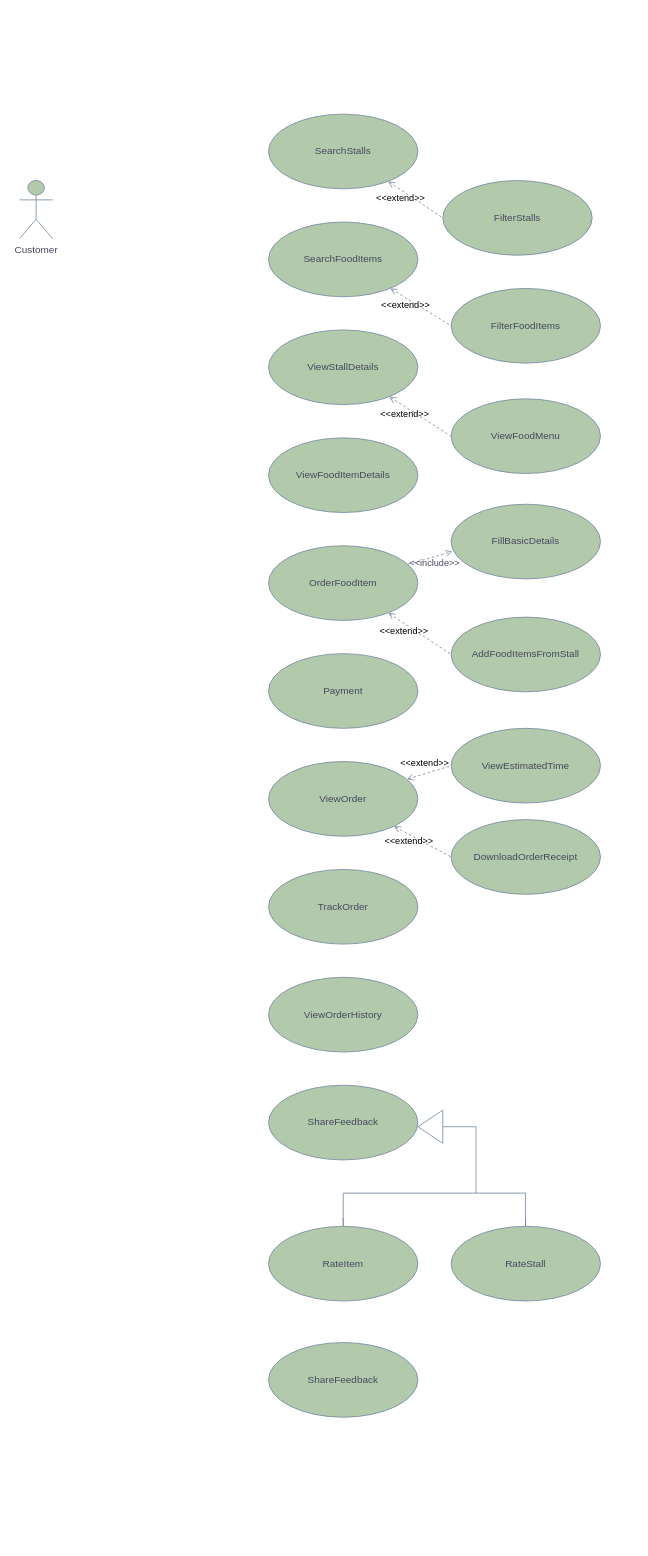
arafatmansuri/SmartFoodCourt-System-Design keeps this draw.io diagram as usecase/customer-usecase.drawio. Above is the earlier version. Source tidied: cells renumbered, new cells numbered last; positions are measured from the earlier drawing's top-left corner, leaving out a move shared by most shapes. Both pictures are drawn from the tidied source at 83%, with x=0, y=0 at pixel (19, 114).
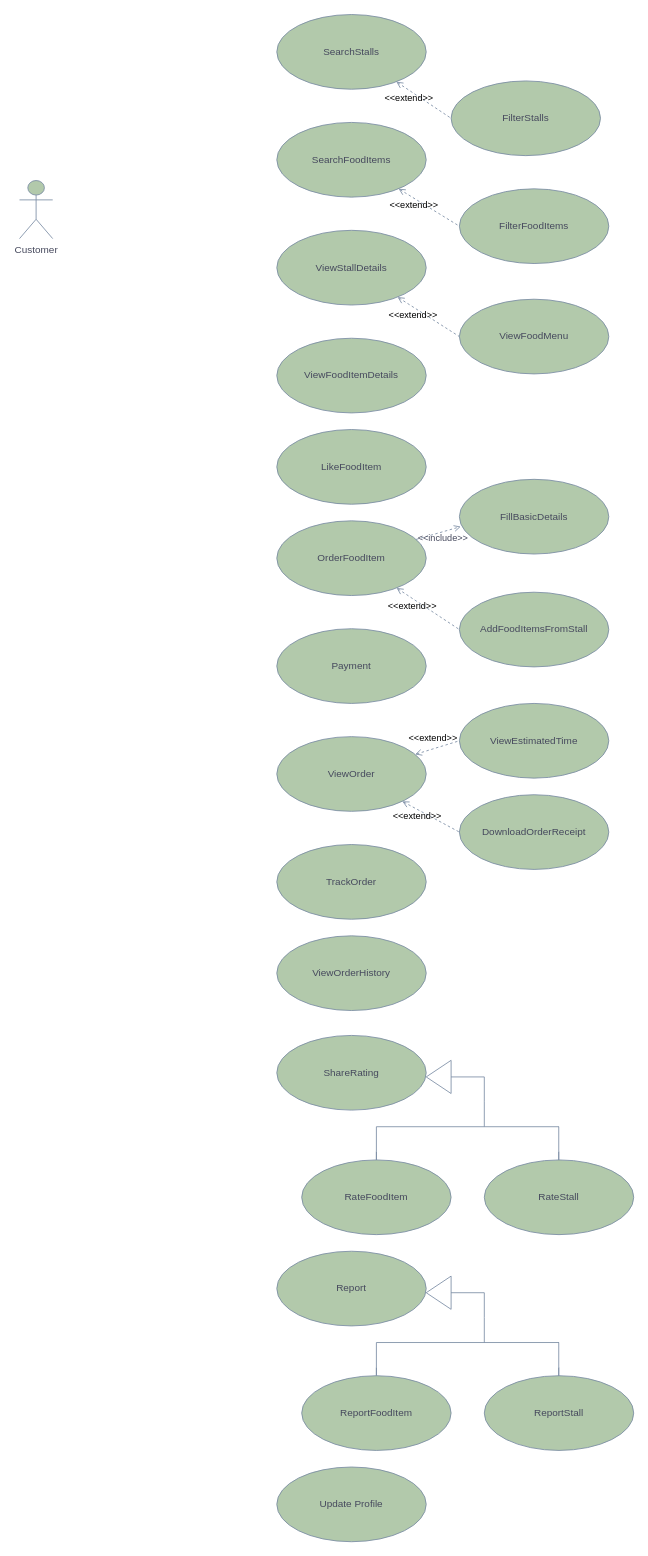
After the change.

Commit message:
Add Like and Report in customer-usecase.drawio

Change to the diagram source:
```diff
@@
     <mxCell id="3" value="SearchStalls" style="ellipse;whiteSpace=wrap;html=1;labelBackgroundColor=none;fillColor=#B2C9AB;strokeColor=#788AA3;fontColor=#46495D;" parent="1" vertex="1">
-      <mxGeometry x="300" width="180" height="90" as="geometry" />
+      <mxGeometry x="310" y="-120" width="180" height="90" as="geometry" />
     </mxCell>
     <mxCell id="4" value="SearchFoodItems" style="ellipse;whiteSpace=wrap;html=1;labelBackgroundColor=none;fillColor=#B2C9AB;strokeColor=#788AA3;fontColor=#46495D;" parent="1" vertex="1">
-      <mxGeometry x="300" y="130" width="180" height="90" as="geometry" />
+      <mxGeometry x="310" y="10" width="180" height="90" as="geometry" />
     </mxCell>
     <mxCell id="5" value="ViewStallDetails" style="ellipse;whiteSpace=wrap;html=1;labelBackgroundColor=none;fillColor=#B2C9AB;strokeColor=#788AA3;fontColor=#46495D;" parent="1" vertex="1">
-      <mxGeometry x="300" y="260" width="180" height="90" as="geometry" />
+      <mxGeometry x="310" y="140" width="180" height="90" as="geometry" />
     </mxCell>
     <mxCell id="6" value="FilterStalls" style="ellipse;whiteSpace=wrap;html=1;labelBackgroundColor=none;fillColor=#B2C9AB;strokeColor=#788AA3;fontColor=#46495D;" parent="1" vertex="1">
-      <mxGeometry x="510" y="80" width="180" height="90" as="geometry" />
+      <mxGeometry x="520" y="-40" width="180" height="90" as="geometry" />
     </mxCell>
@@
     <mxCell id="9" value="FilterFoodItems" style="ellipse;whiteSpace=wrap;html=1;labelBackgroundColor=none;fillColor=#B2C9AB;strokeColor=#788AA3;fontColor=#46495D;" parent="1" vertex="1">
-      <mxGeometry x="520" y="210" width="180" height="90" as="geometry" />
+      <mxGeometry x="530" y="90" width="180" height="90" as="geometry" />
     </mxCell>
     <mxCell id="10" value="ViewFoodItemDetails" style="ellipse;whiteSpace=wrap;html=1;labelBackgroundColor=none;fillColor=#B2C9AB;strokeColor=#788AA3;fontColor=#46495D;" parent="1" vertex="1">
-      <mxGeometry x="300" y="390" width="180" height="90" as="geometry" />
+      <mxGeometry x="310" y="270" width="180" height="90" as="geometry" />
     </mxCell>
     <mxCell id="11" value="ViewFoodMenu" style="ellipse;whiteSpace=wrap;html=1;labelBackgroundColor=none;fillColor=#B2C9AB;strokeColor=#788AA3;fontColor=#46495D;" parent="1" vertex="1">
-      <mxGeometry x="520" y="343" width="180" height="90" as="geometry" />
+      <mxGeometry x="530" y="223" width="180" height="90" as="geometry" />
     </mxCell>
@@
     <mxCell id="13" value="OrderFoodItem" style="ellipse;whiteSpace=wrap;html=1;labelBackgroundColor=none;fillColor=#B2C9AB;strokeColor=#788AA3;fontColor=#46495D;" parent="1" vertex="1">
-      <mxGeometry x="300" y="520" width="180" height="90" as="geometry" />
+      <mxGeometry x="310" y="490" width="180" height="90" as="geometry" />
     </mxCell>
@@
     <mxCell id="15" value="AddFoodItemsFromStall" style="ellipse;whiteSpace=wrap;html=1;labelBackgroundColor=none;fillColor=#B2C9AB;strokeColor=#788AA3;fontColor=#46495D;" parent="1" vertex="1">
-      <mxGeometry x="520" y="606" width="180" height="90" as="geometry" />
+      <mxGeometry x="530" y="576" width="180" height="90" as="geometry" />
     </mxCell>
     <mxCell id="16" value="Payment" style="ellipse;whiteSpace=wrap;html=1;labelBackgroundColor=none;fillColor=#B2C9AB;strokeColor=#788AA3;fontColor=#46495D;" parent="1" vertex="1">
-      <mxGeometry x="300" y="650" width="180" height="90" as="geometry" />
+      <mxGeometry x="310" y="620" width="180" height="90" as="geometry" />
     </mxCell>
     <mxCell id="17" value="ViewOrder" style="ellipse;whiteSpace=wrap;html=1;labelBackgroundColor=none;fillColor=#B2C9AB;strokeColor=#788AA3;fontColor=#46495D;" parent="1" vertex="1">
-      <mxGeometry x="300" y="780" width="180" height="90" as="geometry" />
+      <mxGeometry x="310" y="750" width="180" height="90" as="geometry" />
     </mxCell>
@@
     <mxCell id="19" value="DownloadOrderReceipt" style="ellipse;whiteSpace=wrap;html=1;labelBackgroundColor=none;fillColor=#B2C9AB;strokeColor=#788AA3;fontColor=#46495D;" parent="1" vertex="1">
-      <mxGeometry x="520" y="850" width="180" height="90" as="geometry" />
+      <mxGeometry x="530" y="820" width="180" height="90" as="geometry" />
     </mxCell>
@@
     <mxCell id="21" value="ViewEstimatedTime" style="ellipse;whiteSpace=wrap;html=1;labelBackgroundColor=none;fillColor=#B2C9AB;strokeColor=#788AA3;fontColor=#46495D;" parent="1" vertex="1">
-      <mxGeometry x="520" y="740" width="180" height="90" as="geometry" />
+      <mxGeometry x="530" y="710" width="180" height="90" as="geometry" />
     </mxCell>
     <mxCell id="22" value="TrackOrder" style="ellipse;whiteSpace=wrap;html=1;labelBackgroundColor=none;fillColor=#B2C9AB;strokeColor=#788AA3;fontColor=#46495D;" parent="1" vertex="1">
-      <mxGeometry x="300" y="910" width="180" height="90" as="geometry" />
+      <mxGeometry x="310" y="880" width="180" height="90" as="geometry" />
     </mxCell>
     <mxCell id="23" value="ViewOrderHistory" style="ellipse;whiteSpace=wrap;html=1;labelBackgroundColor=none;fillColor=#B2C9AB;strokeColor=#788AA3;fontColor=#46495D;" parent="1" vertex="1">
-      <mxGeometry x="300" y="1040" width="180" height="90" as="geometry" />
+      <mxGeometry x="310" y="990" width="180" height="90" as="geometry" />
     </mxCell>
     <mxCell id="24" value="FillBasicDetails" style="ellipse;whiteSpace=wrap;html=1;labelBackgroundColor=none;fillColor=#B2C9AB;strokeColor=#788AA3;fontColor=#46495D;" parent="1" vertex="1">
-      <mxGeometry x="520" y="470" width="180" height="90" as="geometry" />
+      <mxGeometry x="530" y="440" width="180" height="90" as="geometry" />
     </mxCell>
@@
+    <mxCell id="36" value="LikeFoodItem" style="ellipse;whiteSpace=wrap;html=1;labelBackgroundColor=none;fillColor=#B2C9AB;strokeColor=#788AA3;fontColor=#46495D;" parent="1" vertex="1">
+      <mxGeometry x="310" y="380" width="180" height="90" as="geometry" />
+    </mxCell>
+    <mxCell id="37" style="group;" parent="1" vertex="1">
+      <mxGeometry x="310" y="1110" width="430" height="240" as="geometry" />
+    </mxCell>
-    <mxCell id="26" value="ShareFeedback" style="ellipse;whiteSpace=wrap;html=1;labelBackgroundColor=none;fillColor=#B2C9AB;strokeColor=#788AA3;fontColor=#46495D;" parent="1" vertex="1">
-      <mxGeometry x="300" y="1170" width="180" height="90" as="geometry" />
+    <mxCell id="26" value="ShareRating" style="ellipse;whiteSpace=wrap;html=1;labelBackgroundColor=none;fillColor=#B2C9AB;strokeColor=#788AA3;fontColor=#46495D;" parent="37" vertex="1">
+      <mxGeometry width="180" height="90" as="geometry" />
     </mxCell>
-    <mxCell id="27" style="triangle;whiteSpace=wrap;html=1;strokeColor=#788AA3;fontColor=#46495D;fillColor=none;direction=north;rotation=-90;" parent="1" vertex="1">
-      <mxGeometry x="475" y="1205" width="40" height="30" as="geometry" />
+    <mxCell id="27" style="triangle;whiteSpace=wrap;html=1;strokeColor=#788AA3;fontColor=#46495D;fillColor=none;direction=north;rotation=-90;" parent="37" vertex="1">
+      <mxGeometry x="175" y="35" width="40" height="30" as="geometry" />
     </mxCell>
-    <mxCell id="28" style="endArrow=none;html=1;rounded=0;strokeColor=#788AA3;fontColor=#46495D;fillColor=#B2C9AB;entryX=0;entryY=0.5;entryDx=0;entryDy=0;" parent="1" edge="1" target="27">
+    <mxCell id="28" style="endArrow=none;html=1;rounded=0;strokeColor=#788AA3;fontColor=#46495D;fillColor=#B2C9AB;entryX=0;entryY=0.5;entryDx=0;entryDy=0;" parent="37" edge="1" target="27">
       <mxGeometry relative="1" as="geometry">
-        <mxPoint x="550" y="1220" as="sourcePoint" />
+        <mxPoint x="250" y="50" as="sourcePoint" />
       </mxGeometry>
     </mxCell>
-    <mxCell id="29" style="endArrow=none;html=1;rounded=0;strokeColor=#788AA3;fontColor=#46495D;fillColor=#B2C9AB;" parent="1" edge="1">
+    <mxCell id="29" style="endArrow=none;html=1;rounded=0;strokeColor=#788AA3;fontColor=#46495D;fillColor=#B2C9AB;" parent="37" edge="1">
       <mxGeometry relative="1" as="geometry">
-        <mxPoint x="550" y="1300" as="sourcePoint" />
-        <mxPoint x="550" y="1220" as="targetPoint" />
+        <mxPoint x="250" y="110" as="sourcePoint" />
+        <mxPoint x="250" y="50" as="targetPoint" />
+        <Array as="points">
+          <mxPoint x="250" y="80" />
+        </Array>
       </mxGeometry>
     </mxCell>
-    <mxCell id="30" style="endArrow=none;html=1;rounded=0;strokeColor=#788AA3;fontColor=#46495D;fillColor=#B2C9AB;" parent="1" edge="1">
+    <mxCell id="30" style="endArrow=none;html=1;rounded=0;strokeColor=#788AA3;fontColor=#46495D;fillColor=#B2C9AB;" parent="37" edge="1">
       <mxGeometry relative="1" as="geometry">
-        <mxPoint x="610" y="1300" as="sourcePoint" />
-        <mxPoint x="390" y="1300" as="targetPoint" />
+        <mxPoint x="340" y="110" as="sourcePoint" />
+        <mxPoint x="120" y="110" as="targetPoint" />
       </mxGeometry>
     </mxCell>
-    <mxCell id="31" style="endArrow=none;html=1;rounded=0;strokeColor=#788AA3;fontColor=#46495D;fillColor=#B2C9AB;" parent="1" edge="1">
+    <mxCell id="31" style="endArrow=none;html=1;rounded=0;strokeColor=#788AA3;fontColor=#46495D;fillColor=#B2C9AB;" parent="37" edge="1">
       <mxGeometry relative="1" as="geometry">
-        <mxPoint x="390" y="1330" as="sourcePoint" />
-        <mxPoint x="390" y="1300" as="targetPoint" />
+        <mxPoint x="120" y="140" as="sourcePoint" />
+        <mxPoint x="120" y="110" as="targetPoint" />
         <Array as="points">
-          <mxPoint x="390" y="1340" />
-          <mxPoint x="390" y="1330" />
+          <mxPoint x="120" y="150" />
+          <mxPoint x="120" y="140" />
         </Array>
       </mxGeometry>
     </mxCell>
-    <mxCell id="32" value="RateItem" style="ellipse;whiteSpace=wrap;html=1;labelBackgroundColor=none;fillColor=#B2C9AB;strokeColor=#788AA3;fontColor=#46495D;rotation=0;direction=west;" parent="1" vertex="1">
-      <mxGeometry x="300" y="1340" width="180" height="90" as="geometry" />
+    <mxCell id="32" value="RateFoodItem" style="ellipse;whiteSpace=wrap;html=1;labelBackgroundColor=none;fillColor=#B2C9AB;strokeColor=#788AA3;fontColor=#46495D;rotation=0;direction=west;" parent="37" vertex="1">
+      <mxGeometry x="30" y="150" width="180" height="90" as="geometry" />
     </mxCell>
-    <mxCell id="33" value="RateStall" style="ellipse;whiteSpace=wrap;html=1;labelBackgroundColor=none;fillColor=#B2C9AB;strokeColor=#788AA3;fontColor=#46495D;rotation=0;direction=west;" parent="1" vertex="1">
-      <mxGeometry x="520" y="1340" width="180" height="90" as="geometry" />
+    <mxCell id="33" value="RateStall" style="ellipse;whiteSpace=wrap;html=1;labelBackgroundColor=none;fillColor=#B2C9AB;strokeColor=#788AA3;fontColor=#46495D;rotation=0;direction=west;" parent="37" vertex="1">
+      <mxGeometry x="250" y="150" width="180" height="90" as="geometry" />
     </mxCell>
-    <mxCell id="34" style="endArrow=none;html=1;rounded=0;strokeColor=#788AA3;fontColor=#46495D;fillColor=#B2C9AB;" parent="1" edge="1">
+    <mxCell id="34" style="endArrow=none;html=1;rounded=0;strokeColor=#788AA3;fontColor=#46495D;fillColor=#B2C9AB;" parent="37" edge="1">
       <mxGeometry relative="1" as="geometry">
-        <mxPoint x="609.7" y="1330" as="sourcePoint" />
-        <mxPoint x="609.7" y="1300" as="targetPoint" />
+        <mxPoint x="339.7" y="140" as="sourcePoint" />
+        <mxPoint x="339.7" y="110" as="targetPoint" />
         <Array as="points">
-          <mxPoint x="609.7" y="1340" />
-          <mxPoint x="609.7" y="1330" />
+          <mxPoint x="339.7" y="150" />
+          <mxPoint x="339.7" y="140" />
         </Array>
       </mxGeometry>
     </mxCell>
-    <mxCell id="35" value="ShareFeedback" style="ellipse;whiteSpace=wrap;html=1;labelBackgroundColor=none;fillColor=#B2C9AB;strokeColor=#788AA3;fontColor=#46495D;" parent="1" vertex="1">
-      <mxGeometry x="300" y="1480" width="180" height="90" as="geometry" />
-    </mxCell>
+    <mxCell id="38" value="Report" style="ellipse;whiteSpace=wrap;html=1;labelBackgroundColor=none;fillColor=#B2C9AB;strokeColor=#788AA3;fontColor=#46495D;" parent="1" vertex="1">
+      <mxGeometry x="310" y="1370" width="180" height="90" as="geometry" />
+    </mxCell>
+    <mxCell id="39" style="triangle;whiteSpace=wrap;html=1;strokeColor=#788AA3;fontColor=#46495D;fillColor=none;direction=north;rotation=-90;" parent="1" vertex="1">
+      <mxGeometry x="485" y="1405" width="40" height="30" as="geometry" />
+    </mxCell>
+    <mxCell id="40" style="endArrow=none;html=1;rounded=0;strokeColor=#788AA3;fontColor=#46495D;fillColor=#B2C9AB;entryX=0;entryY=0.5;entryDx=0;entryDy=0;" parent="1" edge="1" target="39">
+      <mxGeometry relative="1" as="geometry">
+        <mxPoint x="560" y="1420" as="sourcePoint" />
+      </mxGeometry>
+    </mxCell>
+    <mxCell id="41" style="endArrow=none;html=1;rounded=0;strokeColor=#788AA3;fontColor=#46495D;fillColor=#B2C9AB;" parent="1" edge="1">
+      <mxGeometry relative="1" as="geometry">
+        <mxPoint x="560" y="1480" as="sourcePoint" />
+        <mxPoint x="560" y="1420" as="targetPoint" />
+        <Array as="points">
+          <mxPoint x="560" y="1450" />
+        </Array>
+      </mxGeometry>
+    </mxCell>
+    <mxCell id="42" style="endArrow=none;html=1;rounded=0;strokeColor=#788AA3;fontColor=#46495D;fillColor=#B2C9AB;" parent="1" edge="1">
+      <mxGeometry relative="1" as="geometry">
+        <mxPoint x="650" y="1480" as="sourcePoint" />
+        <mxPoint x="430" y="1480" as="targetPoint" />
+      </mxGeometry>
+    </mxCell>
+    <mxCell id="43" style="endArrow=none;html=1;rounded=0;strokeColor=#788AA3;fontColor=#46495D;fillColor=#B2C9AB;" parent="1" edge="1">
+      <mxGeometry relative="1" as="geometry">
+        <mxPoint x="430" y="1510" as="sourcePoint" />
+        <mxPoint x="430" y="1480" as="targetPoint" />
+        <Array as="points">
+          <mxPoint x="430" y="1520" />
+          <mxPoint x="430" y="1510" />
+        </Array>
+      </mxGeometry>
+    </mxCell>
+    <mxCell id="44" value="ReportFoodItem" style="ellipse;whiteSpace=wrap;html=1;labelBackgroundColor=none;fillColor=#B2C9AB;strokeColor=#788AA3;fontColor=#46495D;rotation=0;direction=west;" parent="1" vertex="1">
+      <mxGeometry x="340" y="1520" width="180" height="90" as="geometry" />
+    </mxCell>
+    <mxCell id="45" value="ReportStall" style="ellipse;whiteSpace=wrap;html=1;labelBackgroundColor=none;fillColor=#B2C9AB;strokeColor=#788AA3;fontColor=#46495D;rotation=0;direction=west;" parent="1" vertex="1">
+      <mxGeometry x="560" y="1520" width="180" height="90" as="geometry" />
+    </mxCell>
+    <mxCell id="46" style="endArrow=none;html=1;rounded=0;strokeColor=#788AA3;fontColor=#46495D;fillColor=#B2C9AB;" parent="1" edge="1">
+      <mxGeometry relative="1" as="geometry">
+        <mxPoint x="649.7" y="1510" as="sourcePoint" />
+        <mxPoint x="649.7" y="1480" as="targetPoint" />
+        <Array as="points">
+          <mxPoint x="649.7" y="1520" />
+          <mxPoint x="649.7" y="1510" />
+        </Array>
+      </mxGeometry>
+    </mxCell>
+    <mxCell id="47" value="Update Profile" style="ellipse;whiteSpace=wrap;html=1;labelBackgroundColor=none;fillColor=#B2C9AB;strokeColor=#788AA3;fontColor=#46495D;" parent="1" vertex="1">
+      <mxGeometry x="310" y="1630" width="180" height="90" as="geometry" />
+    </mxCell>
```
